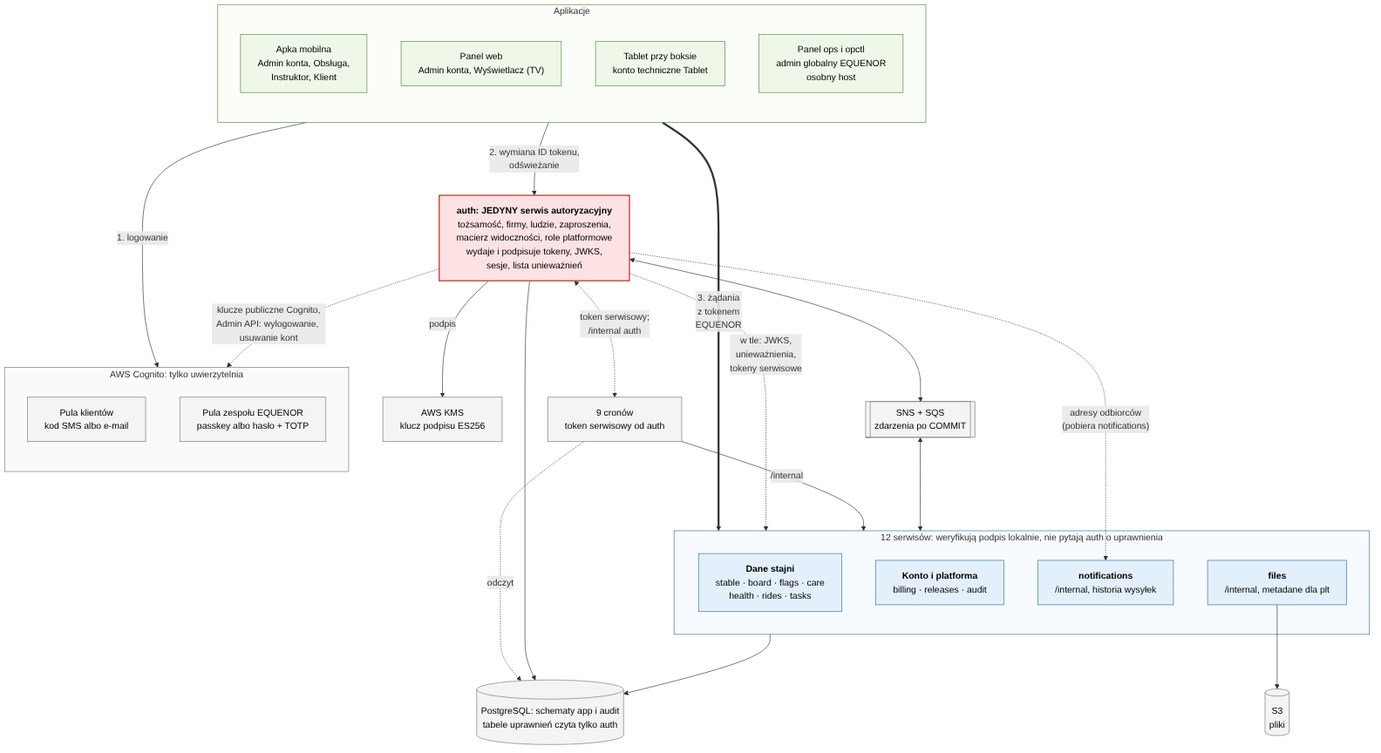
This is docs/mikroserwisy/uslugi.png from ClewlerStudent/KonskaAppka, a Mermaid export, as it was before one commit. Its source is kept beside it as docs/mikroserwisy/uslugi.mmd.
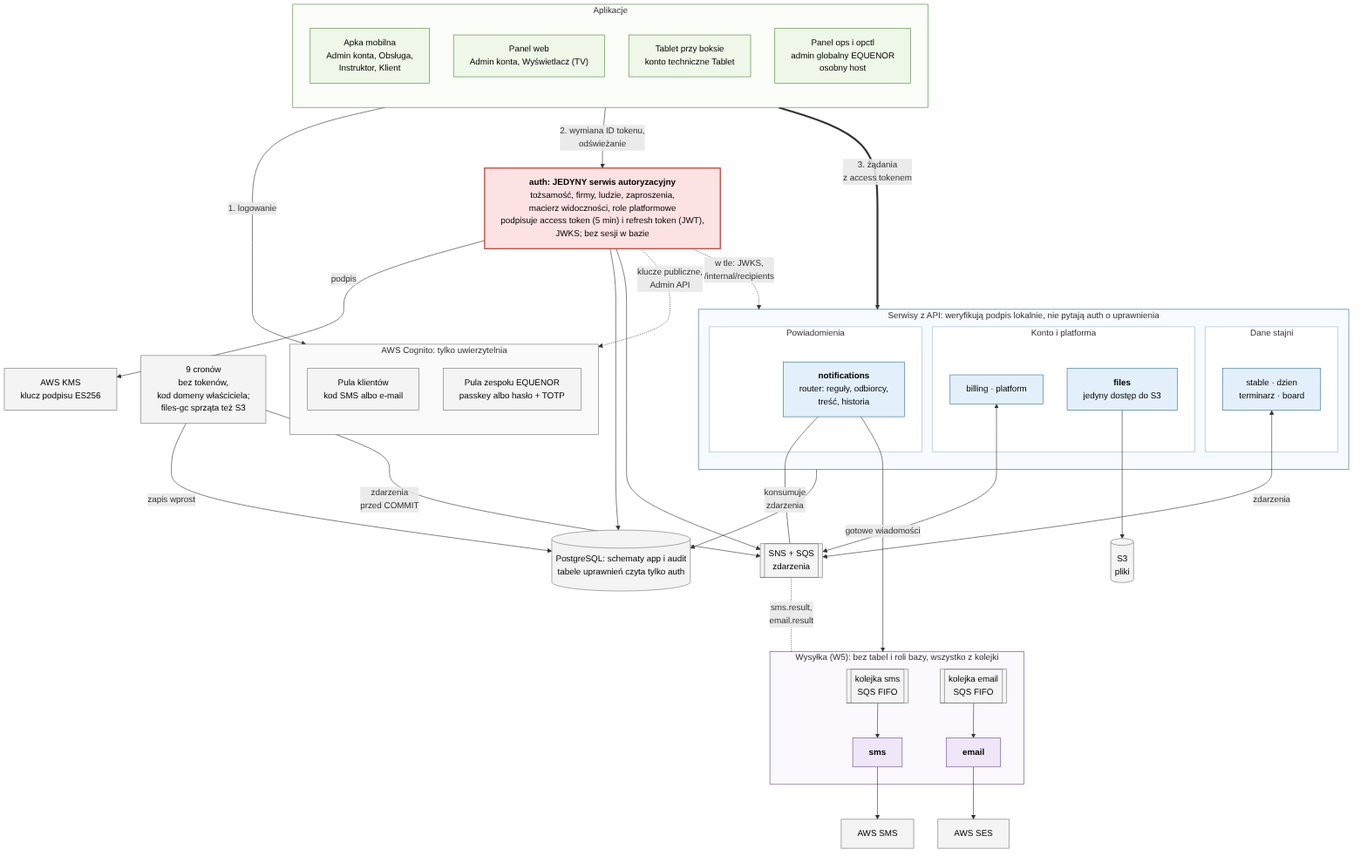
After the change.

Commit message:
Docs: struktura serwisów w toku (stan pośredni)

Diff of the diagram source:
```diff
@@ -1,4 +1,4 @@
-%%{init: {"flowchart": {"curve": "basis", "nodeSpacing": 60, "rankSpacing": 80, "wrappingWidth": 420}, "themeVariables": {"fontSize": "16px"}}}%%
+%%{init: {"flowchart": {"curve": "basis", "nodeSpacing": 45, "rankSpacing": 65, "wrappingWidth": 420}, "themeVariables": {"fontSize": "16px"}}}%%
 flowchart TB
     subgraph K["Aplikacje"]
         direction TB
@@ -14,46 +14,71 @@
         pz["Pula zespołu EQUENOR<br/>passkey albo hasło + TOTP"]
     end
 
-    AUTH["<b>auth: JEDYNY serwis autoryzacyjny</b><br/>tożsamość, firmy, ludzie, zaproszenia,<br/>macierz widoczności, role platformowe<br/>wydaje i podpisuje tokeny, JWKS,<br/>sesje, lista unieważnień"]
+    AUTH["<b>auth: JEDYNY serwis autoryzacyjny</b><br/>tożsamość, firmy, ludzie, zaproszenia,<br/>macierz widoczności, role platformowe<br/>podpisuje access token (5 min) i refresh token (JWT),<br/>JWKS; bez sesji w bazie"]
     KMS["AWS KMS<br/>klucz podpisu ES256"]
 
-    subgraph S["12 serwisów: weryfikują podpis lokalnie, nie pytają auth o uprawnienia"]
+    subgraph S["Serwisy z API: weryfikują podpis lokalnie, nie pytają auth o uprawnienia"]
         direction LR
-        s1["<b>Dane stajni</b><br/>stable · board · flags · care<br/>health · rides · tasks"]
-        s2["<b>Konto i platforma</b><br/>billing · releases · audit"]
-        nf["<b>notifications</b><br/>/internal, historia wysyłek"]
-        fl["<b>files</b><br/>/internal, metadane dla plt"]
+        subgraph G1["Dane stajni"]
+            s1["stable · dzien<br/>terminarz · board"]
+        end
+        subgraph G2["Konto i platforma"]
+            s2["billing · platform"]
+            fl["<b>files</b><br/>jedyny dostęp do S3"]
+        end
+        subgraph G3["Powiadomienia"]
+            nf["<b>notifications</b><br/>router: reguły, odbiorcy,<br/>treść, historia"]
+        end
     end
 
-    CR["9 cronów<br/>token serwisowy od auth"]
+    subgraph W["Wysyłka (W5): bez tabel i roli bazy, wszystko z kolejki"]
+        direction LR
+        qs[["kolejka sms<br/>SQS FIFO"]] --> sms["<b>sms</b>"]
+        qe[["kolejka email<br/>SQS FIFO"]] --> em["<b>email</b>"]
+    end
+
+    CR["9 cronów<br/>bez tokenów,<br/>kod domeny właściciela;<br/>files-gc sprząta też S3"]
     DB[("PostgreSQL: schematy app i audit<br/>tabele uprawnień czyta tylko auth")]
-    EV[["SNS + SQS<br/>zdarzenia po COMMIT"]]
+    EV[["SNS + SQS<br/>zdarzenia"]]
     S3[("S3<br/>pliki")]
+    AWSSMS["AWS SMS"]
+    SES["AWS SES"]
 
     K -- "1. logowanie" --> C
     K -- "2. wymiana ID tokenu,<br/>odświeżanie" --> AUTH
-    AUTH -.->|"klucze publiczne Cognito,<br/>Admin API: wylogowanie, usuwanie kont"| C
+    AUTH -.->|"klucze publiczne,<br/>Admin API"| C
     AUTH -- "podpis" --> KMS
-    K ==>|"3. żądania<br/>z tokenem<br/>EQUENOR"| S
-    AUTH -.->|"w tle: JWKS,<br/>unieważnienia,<br/>tokeny serwisowe"| S
-    AUTH -.->|"adresy odbiorców<br/>(pobiera notifications)"| nf
-    AUTH <-.->|"token serwisowy;<br/>/internal auth"| CR
-    CR -- "/internal" --> S
-    CR -.->|"odczyt"| DB
+    K ==>|"3. żądania<br/>z access tokenem"| S
+    AUTH -.->|"w tle: JWKS,<br/>/internal/recipients"| S
+    AUTH ~~~ CR
+    S --> DB
     AUTH --> DB
-    S --> DB
-    AUTH <--> EV
-    EV <--> S
+    CR -- "zapis wprost" --> DB
+    s1 <-->|"zdarzenia"| EV
+    s2 <--> EV
+    nf ---|"konsumuje<br/>zdarzenia"| EV
+    AUTH --> EV
+    CR -- "zdarzenia<br/>przed COMMIT" --> EV
     fl --> S3
+    nf -- "gotowe wiadomości" --> W
+    EV -. "sms.result,<br/>email.result" .- W
+    sms --> AWSSMS
+    em --> SES
 
     classDef authc fill:#fde2e4,stroke:#c0392b,stroke-width:2px,color:#000
     classDef svc fill:#e3f0fb,stroke:#2f6fa7,color:#000
+    classDef wrk fill:#efe7f7,stroke:#6b4c9a,color:#000
     classDef cli fill:#eef7e8,stroke:#4f8a3a,color:#000
     classDef ext fill:#f4f4f4,stroke:#777,color:#000
     class AUTH authc
-    class s1,s2,nf,fl svc
+    class s1,s2,fl,nf svc
+    class sms,em wrk
     class apka,panel,tablet,ops cli
-    class pk,pz,KMS,DB,EV,S3,CR ext
+    class pk,pz,KMS,DB,EV,S3,CR,qs,qe,AWSSMS,SES ext
     style K fill:#fbfdf9,stroke:#4f8a3a
     style S fill:#f7fbff,stroke:#2f6fa7
     style C fill:#fafafa,stroke:#777
+    style W fill:#fbf8fe,stroke:#6b4c9a
+    style G1 fill:#ffffff,stroke:#9bbbd8
+    style G2 fill:#ffffff,stroke:#9bbbd8
+    style G3 fill:#ffffff,stroke:#9bbbd8
```
